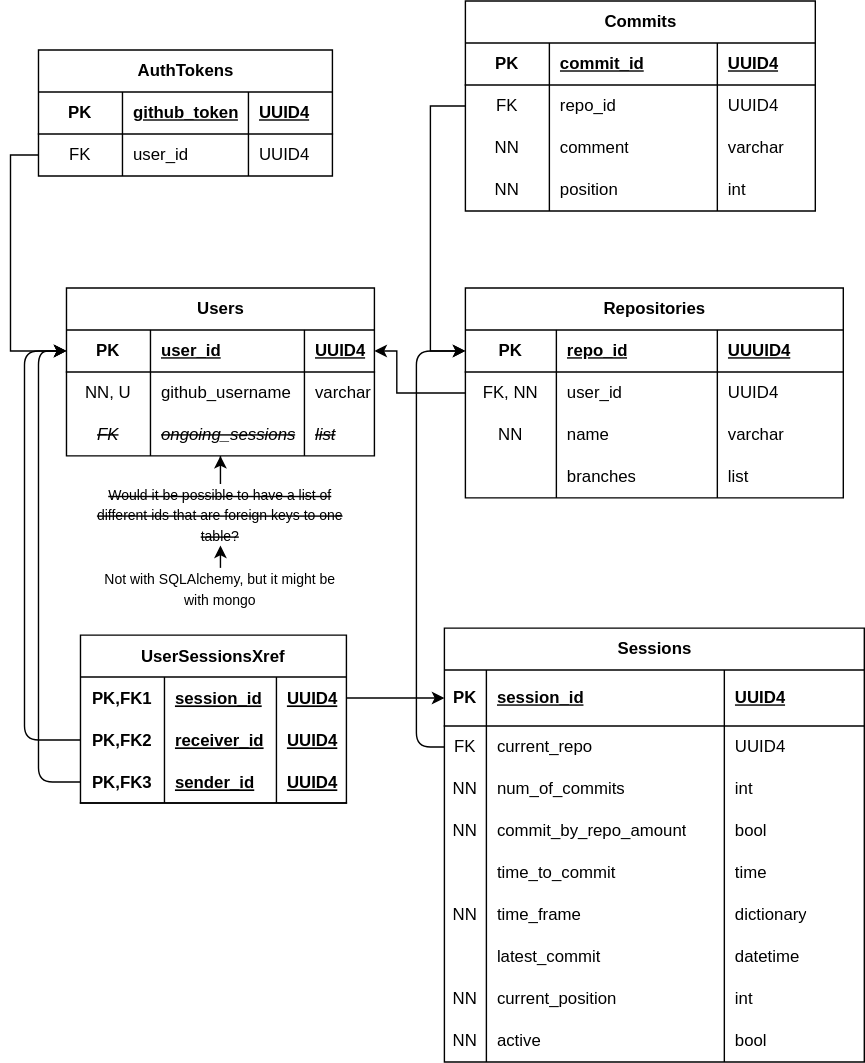
Earlier version of the draw.io export git-nabber.drawio.svg (Jamesh431/Cyclone). Source tidied: cells renumbered, new cells last; positions are measured from the earlier drawing's top-left corner, leaving out a move shared by most shapes.
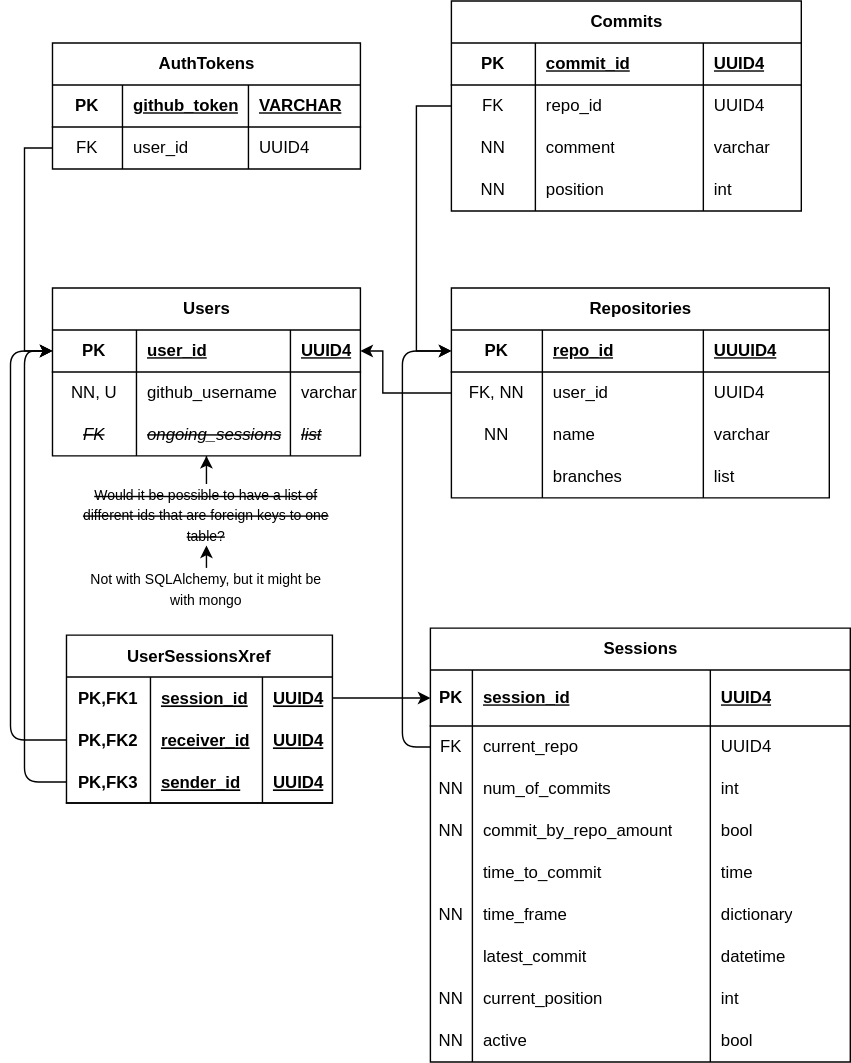
The same diagram one commit later.

Commit message:
fixed datatype for github_token

Change to the diagram source:
```diff
@@ -3,31 +3,31 @@
     <mxCell id="0" />
     <mxCell id="1" parent="0" />
     <mxCell id="2" value="AuthTokens" style="shape=table;startSize=30;rowLines=0;fontStyle=1;align=center;html=1;" parent="1" vertex="1">
-      <mxGeometry x="10" y="35" width="210" height="90" as="geometry" />
+      <mxGeometry x="30" y="30" width="220" height="90" as="geometry" />
     </mxCell>
     <mxCell id="3" style="shape=tableRow;horizontal=0;startSize=0;swimlaneHead=0;swimlaneBody=0;fillColor=none;top=0;left=0;right=0;bottom=1;" parent="2" vertex="1">
-      <mxGeometry y="30" width="210" height="30" as="geometry" />
+      <mxGeometry y="30" width="220" height="30" as="geometry" />
     </mxCell>
     <mxCell id="4" value="PK" style="shape=partialRectangle;fillColor=none;top=0;left=0;bottom=0;right=0;fontStyle=1;overflow=hidden;whiteSpace=wrap;html=1;" parent="3" vertex="1">
-      <mxGeometry width="60" height="30" as="geometry" />
+      <mxGeometry width="50" height="30" as="geometry" />
     </mxCell>
     <mxCell id="5" value="github_token" style="shape=partialRectangle;fillColor=none;top=0;left=0;bottom=0;right=0;align=left;spacingLeft=6;fontStyle=5;overflow=hidden;whiteSpace=wrap;html=1;" parent="3" vertex="1">
-      <mxGeometry x="60" width="90" height="30" as="geometry" />
+      <mxGeometry x="50" width="90" height="30" as="geometry" />
     </mxCell>
-    <mxCell id="6" value="UUID4" style="shape=partialRectangle;fillColor=none;top=0;left=0;bottom=0;right=0;align=left;spacingLeft=6;fontStyle=5;overflow=hidden;whiteSpace=wrap;html=1;" parent="3" vertex="1">
-      <mxGeometry x="150" width="60" height="30" as="geometry" />
+    <mxCell id="6" value="VARCHAR" style="shape=partialRectangle;fillColor=none;top=0;left=0;bottom=0;right=0;align=left;spacingLeft=6;fontStyle=5;overflow=hidden;whiteSpace=wrap;html=1;" parent="3" vertex="1">
+      <mxGeometry x="140" width="80" height="30" as="geometry" />
     </mxCell>
     <mxCell id="7" style="shape=tableRow;horizontal=0;startSize=0;swimlaneHead=0;swimlaneBody=0;fillColor=none;points=[[0,0.5],[1,0.5]];portConstraint=eastwest;top=0;left=0;right=0;bottom=0;" parent="2" vertex="1">
-      <mxGeometry y="60" width="210" height="30" as="geometry" />
+      <mxGeometry y="60" width="220" height="30" as="geometry" />
     </mxCell>
     <mxCell id="8" value="FK" style="shape=partialRectangle;fillColor=none;top=0;left=0;bottom=0;right=0;overflow=hidden;whiteSpace=wrap;html=1;" parent="7" vertex="1">
-      <mxGeometry width="60" height="30" as="geometry" />
+      <mxGeometry width="50" height="30" as="geometry" />
     </mxCell>
     <mxCell id="9" value="user_id" style="shape=partialRectangle;fillColor=none;top=0;left=0;bottom=0;right=0;align=left;spacingLeft=6;overflow=hidden;whiteSpace=wrap;html=1;" parent="7" vertex="1">
-      <mxGeometry x="60" width="90" height="30" as="geometry" />
+      <mxGeometry x="50" width="90" height="30" as="geometry" />
     </mxCell>
     <mxCell id="10" value="UUID4" style="shape=partialRectangle;fillColor=none;top=0;left=0;bottom=0;right=0;align=left;spacingLeft=6;overflow=hidden;whiteSpace=wrap;html=1;" parent="7" vertex="1">
-      <mxGeometry x="150" width="60" height="30" as="geometry" />
+      <mxGeometry x="140" width="80" height="30" as="geometry" />
     </mxCell>
     <mxCell id="11" value="Users" style="shape=table;startSize=30;rowLines=0;fontStyle=1;align=center;html=1;" parent="1" vertex="1">
       <mxGeometry x="30" y="205" width="220" height="120" as="geometry" />
```
